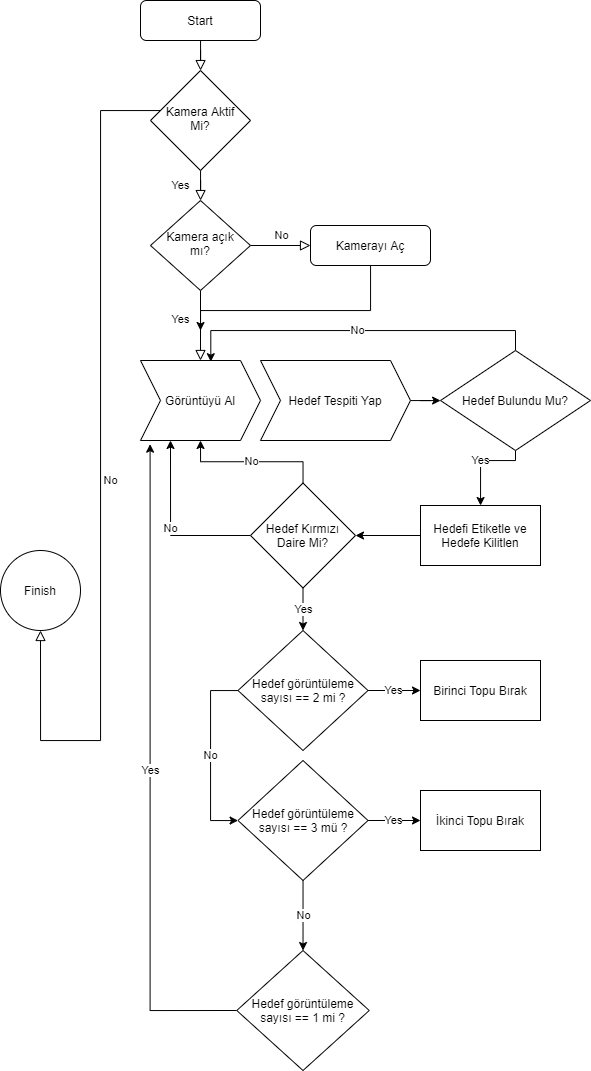
Earlier version of the draw.io export Matematik/ImageProcess.png (selimttasdemir/Kamp_Intro). Source tidied: cells renumbered, new cells last; positions are measured from the earlier drawing's top-left corner, leaving out a move shared by most shapes.
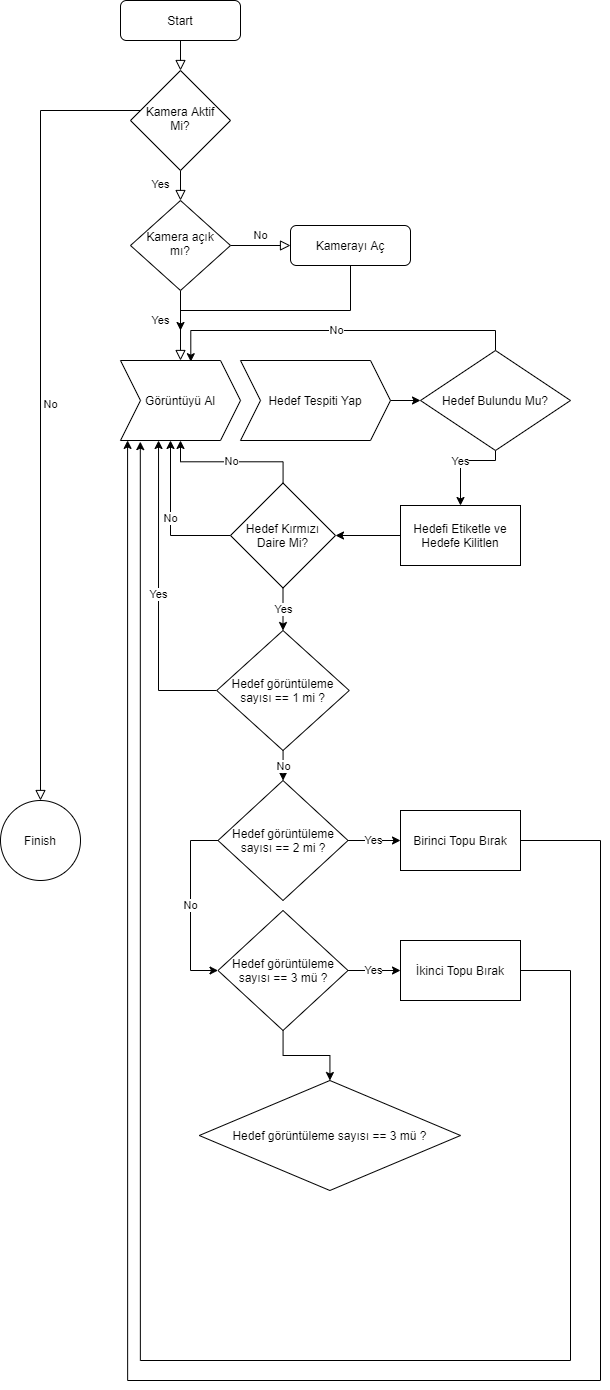
After the commit.

Change to the diagram source:
```diff
@@ -14,8 +14,7 @@
     <mxCell id="5" value="No" style="edgeStyle=orthogonalEdgeStyle;rounded=0;html=1;jettySize=auto;fontSize=11;endArrow=block;endFill=0;endSize=8;strokeWidth=1;shadow=0;labelBackgroundColor=none;" parent="1" edge="1" source="6" target="12">
       <mxGeometry y="10" relative="1" as="geometry">
         <Array as="points">
-          <mxPoint x="100" y="110" />
-          <mxPoint x="100" y="740" />
+          <mxPoint x="60" y="110" />
         </Array>
       </mxGeometry>
     </mxCell>
@@ -46,7 +45,7 @@
       <mxGeometry x="310" y="225" width="120" height="40" as="geometry" />
     </mxCell>
     <mxCell id="12" value="Finish" style="ellipse;whiteSpace=wrap;html=1;" parent="1" vertex="1">
-      <mxGeometry y="550" width="80" height="80" as="geometry" />
+      <mxGeometry x="20" y="800" width="80" height="80" as="geometry" />
     </mxCell>
     <mxCell id="13" value="&lt;span&gt;Görüntüyü Al&lt;/span&gt;" style="shape=step;perimeter=stepPerimeter;whiteSpace=wrap;html=1;fixedSize=1;" parent="1" vertex="1">
       <mxGeometry x="140" y="360" width="120" height="80" as="geometry" />
@@ -90,46 +89,76 @@
         <mxPoint x="302.5" y="630" as="targetPoint" />
       </mxGeometry>
     </mxCell>
-    <mxCell id="23" value="No" style="edgeStyle=orthogonalEdgeStyle;rounded=0;jettySize=auto;html=1;exitX=0;exitY=0.5;exitDx=0;exitDy=0;entryX=0.25;entryY=1;entryDx=0;entryDy=0;" parent="1" edge="1" source="24" target="13">
-      <mxGeometry relative="1" as="geometry" />
+    <mxCell id="23" value="No" style="edgeStyle=orthogonalEdgeStyle;rounded=0;jettySize=auto;html=1;exitX=0;exitY=0.5;exitDx=0;exitDy=0;" parent="1" edge="1" source="24">
+      <mxGeometry relative="1" as="geometry">
+        <mxPoint x="190" y="440" as="targetPoint" />
+        <Array as="points">
+          <mxPoint x="190" y="535" />
+          <mxPoint x="190" y="440" />
+        </Array>
+      </mxGeometry>
     </mxCell>
     <mxCell id="24" value="Hedef Kırmızı Daire Mi?" style="rhombus;whiteSpace=wrap;html=1;" parent="1" vertex="1">
       <mxGeometry x="250" y="482.5" width="105" height="105" as="geometry" />
     </mxCell>
+    <mxCell id="33" value="Yes" style="edgeStyle=orthogonalEdgeStyle;rounded=0;jettySize=auto;html=1;exitX=0;exitY=0.5;exitDx=0;exitDy=0;entryX=0.317;entryY=1;entryDx=0;entryDy=0;entryPerimeter=0;" parent="1" edge="1" source="34" target="13">
+      <mxGeometry relative="1" as="geometry" />
+    </mxCell>
+    <mxCell id="35" value="No" style="edgeStyle=orthogonalEdgeStyle;rounded=0;jettySize=auto;html=1;" parent="1" edge="1" source="34" target="27">
+      <mxGeometry relative="1" as="geometry" />
+    </mxCell>
+    <mxCell id="34" value="&lt;span&gt;Hedef görüntüleme sayısı == 1 mi ?&lt;/span&gt;" style="rhombus;whiteSpace=wrap;html=1;" parent="1" vertex="1">
+      <mxGeometry x="236.2" y="630" width="132.5" height="120" as="geometry" />
+    </mxCell>
     <mxCell id="25" value="Yes" style="edgeStyle=orthogonalEdgeStyle;rounded=0;jettySize=auto;html=1;" parent="1" edge="1" source="27" target="28">
       <mxGeometry relative="1" as="geometry" />
     </mxCell>
-    <mxCell id="26" value="No" style="edgeStyle=orthogonalEdgeStyle;rounded=0;jettySize=auto;html=1;" parent="1" edge="1" source="27" target="31">
-      <mxGeometry relative="1" as="geometry">
-        <Array as="points">
-          <mxPoint x="210" y="690" />
-          <mxPoint x="210" y="820" />
-        </Array>
-      </mxGeometry>
-    </mxCell>
+    <mxCell id="36" value="No" style="edgeStyle=orthogonalEdgeStyle;rounded=0;jettySize=auto;html=1;" parent="1" edge="1" source="27" target="40">
+      <mxGeometry relative="1" as="geometry">
+        <Array as="points">
+          <mxPoint x="210" y="840" />
+          <mxPoint x="210" y="970" />
+        </Array>
+      </mxGeometry>
+    </mxCell>
     <mxCell id="27" value="Hedef görüntüleme sayısı == 2 mi ?" style="rhombus;whiteSpace=wrap;html=1;" parent="1" vertex="1">
-      <mxGeometry x="237.5" y="630" width="130" height="120" as="geometry" />
+      <mxGeometry x="237.5" y="780" width="130" height="120" as="geometry" />
     </mxCell>
+    <mxCell id="37" style="edgeStyle=orthogonalEdgeStyle;rounded=0;jettySize=auto;html=1;exitX=1;exitY=0.5;exitDx=0;exitDy=0;entryX=0.059;entryY=0.999;entryDx=0;entryDy=0;entryPerimeter=0;" parent="1" edge="1" source="28" target="13">
+      <mxGeometry relative="1" as="geometry">
+        <Array as="points">
+          <mxPoint x="620" y="840" />
+          <mxPoint x="620" y="1380" />
+          <mxPoint x="147" y="1380" />
+        </Array>
+      </mxGeometry>
+    </mxCell>
     <mxCell id="28" value="Birinci Topu Bırak" style="whiteSpace=wrap;html=1;" parent="1" vertex="1">
-      <mxGeometry x="420" y="660" width="120" height="60" as="geometry" />
+      <mxGeometry x="420" y="810" width="120" height="60" as="geometry" />
     </mxCell>
-    <mxCell id="29" value="Yes" style="edgeStyle=orthogonalEdgeStyle;rounded=0;jettySize=auto;html=1;" parent="1" edge="1" source="31" target="32">
-      <mxGeometry relative="1" as="geometry" />
-    </mxCell>
-    <mxCell id="30" value="No" style="edgeStyle=orthogonalEdgeStyle;rounded=0;jettySize=auto;html=1;" parent="1" edge="1" source="31" target="34">
-      <mxGeometry relative="1" as="geometry" />
-    </mxCell>
-    <mxCell id="31" value="&lt;span&gt;Hedef görüntüleme sayısı == 3 mü ?&lt;/span&gt;" style="rhombus;whiteSpace=wrap;html=1;" parent="1" vertex="1">
-      <mxGeometry x="237.5" y="760" width="130" height="120" as="geometry" />
-    </mxCell>
+    <mxCell id="38" value="Yes" style="edgeStyle=orthogonalEdgeStyle;rounded=0;jettySize=auto;html=1;" parent="1" edge="1" source="40" target="32">
+      <mxGeometry relative="1" as="geometry" />
+    </mxCell>
+    <mxCell id="39" style="edgeStyle=orthogonalEdgeStyle;rounded=0;jettySize=auto;html=1;" parent="1" edge="1" source="40" target="42">
+      <mxGeometry relative="1" as="geometry" />
+    </mxCell>
+    <mxCell id="40" value="&lt;span&gt;Hedef görüntüleme sayısı == 3 mü ?&lt;/span&gt;" style="rhombus;whiteSpace=wrap;html=1;" parent="1" vertex="1">
+      <mxGeometry x="237.5" y="910" width="130" height="120" as="geometry" />
+    </mxCell>
+    <mxCell id="41" style="edgeStyle=orthogonalEdgeStyle;rounded=0;jettySize=auto;html=1;exitX=1;exitY=0.5;exitDx=0;exitDy=0;entryX=0.165;entryY=1.014;entryDx=0;entryDy=0;entryPerimeter=0;" parent="1" edge="1" source="32" target="13">
+      <mxGeometry relative="1" as="geometry">
+        <Array as="points">
+          <mxPoint x="590" y="970" />
+          <mxPoint x="590" y="1360" />
+          <mxPoint x="160" y="1360" />
+        </Array>
+      </mxGeometry>
+    </mxCell>
     <mxCell id="32" value="İkinci Topu Bırak" style="whiteSpace=wrap;html=1;" parent="1" vertex="1">
-      <mxGeometry x="420" y="790" width="120" height="60" as="geometry" />
+      <mxGeometry x="420" y="940" width="120" height="60" as="geometry" />
     </mxCell>
-    <mxCell id="33" value="Yes" style="edgeStyle=orthogonalEdgeStyle;rounded=0;jettySize=auto;html=1;exitX=0;exitY=0.5;exitDx=0;exitDy=0;entryX=0.08;entryY=1.046;entryDx=0;entryDy=0;entryPerimeter=0;" parent="1" edge="1" source="34" target="13">
-      <mxGeometry relative="1" as="geometry" />
-    </mxCell>
-    <mxCell id="34" value="&lt;span&gt;Hedef görüntüleme sayısı == 1 mi ?&lt;/span&gt;" style="rhombus;whiteSpace=wrap;html=1;" parent="1" vertex="1">
-      <mxGeometry x="236.2" y="950" width="132.5" height="120" as="geometry" />
-    </mxCell>
+    <mxCell id="42" value="&lt;span&gt;Hedef görüntüleme sayısı == 3 mü ?&lt;/span&gt;" style="rhombus;whiteSpace=wrap;html=1;" parent="1" vertex="1">
+      <mxGeometry x="218.8" y="1080" width="261.2" height="110" as="geometry" />
+    </mxCell>
   </root>
 </mxGraphModel>
```
